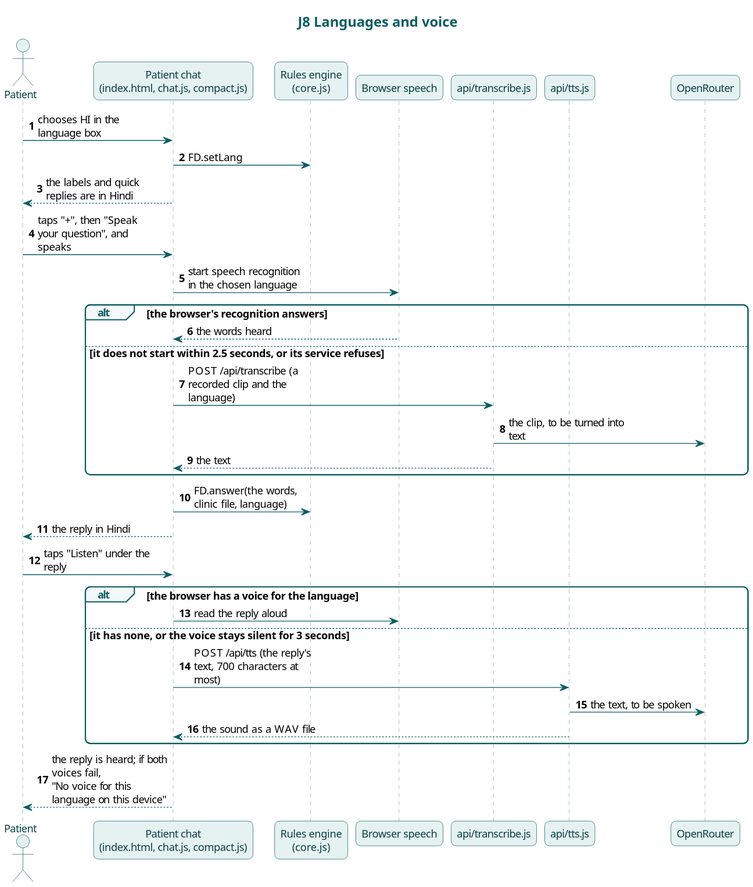
karwasanjay007/frontdesk-ai-docs keeps this PlantUML diagram as docs/diagrams/j8-languages-and-voice.svg. Above is the earlier version.
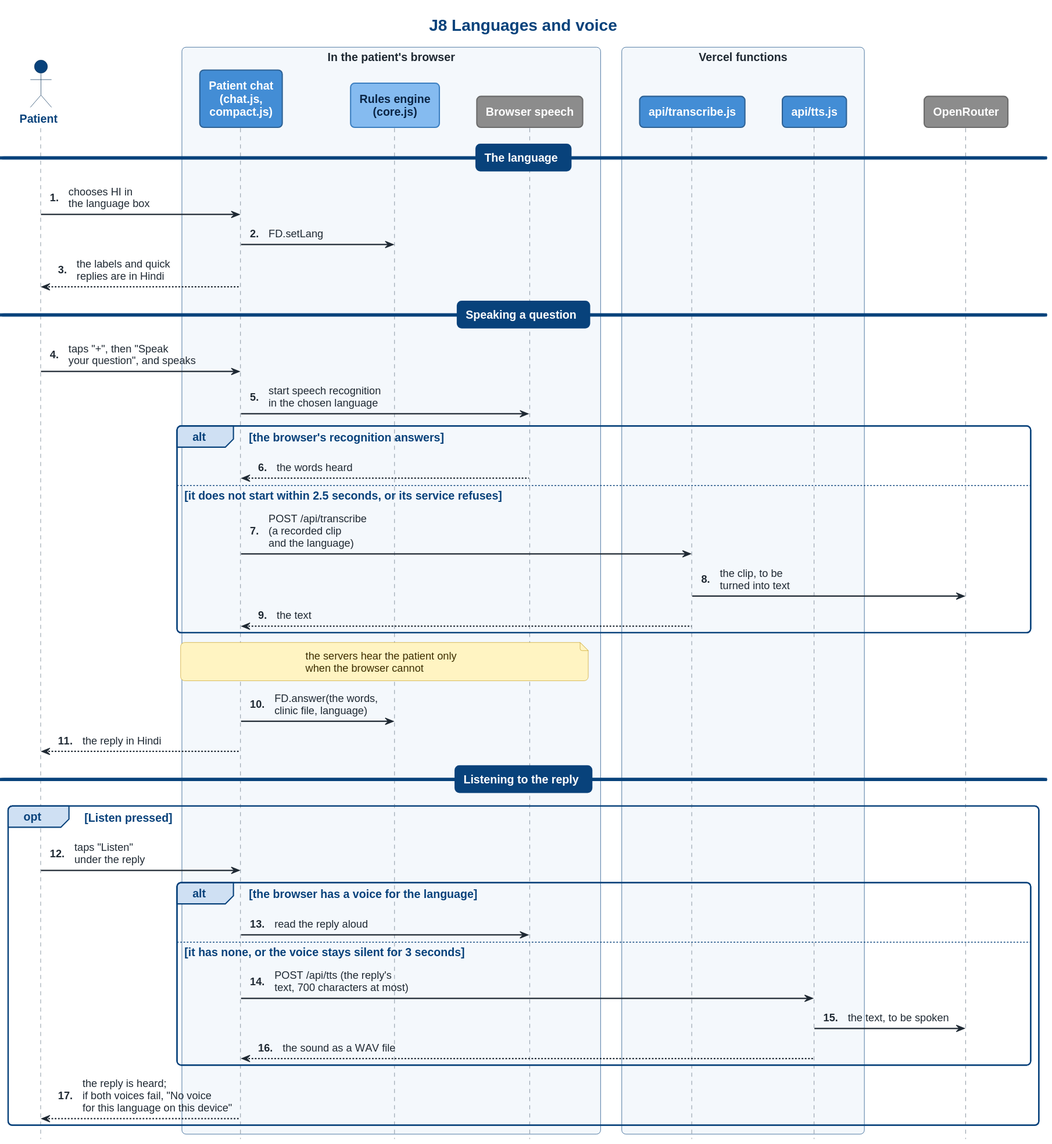
After the change.

The edit, as a diff of the source:
```diff
@@ -1,36 +1,45 @@
 @startuml
-!include style.iuml
+!include c4-sequence.iuml
 title J8 Languages and voice
-actor Patient
-participant "Patient chat\n(index.html, chat.js, compact.js)" as Chat
-participant "Rules engine\n(core.js)" as Core
-participant "Browser speech" as Sp
-participant "api/transcribe.js" as Tr
-participant "api/tts.js" as Tts
-participant "OpenRouter" as OR
-autonumber
+actor "Patient" as Patient <<person>>
+box "In the patient's browser"
+participant "Patient chat\n(chat.js,\ncompact.js)" as Chat <<container>>
+participant "Rules engine\n(core.js)" as Core <<component>>
+participant "Browser speech" as Sp <<external>>
+end box
+box "Vercel functions"
+participant "api/transcribe.js" as Tr <<container>>
+participant "api/tts.js" as Tts <<container>>
+end box
+participant "OpenRouter" as OR <<external>>
 
-Patient -> Chat : chooses HI in the language box
+== The language ==
+Patient -> Chat : chooses HI in\nthe language box
 Chat -> Core : FD.setLang
-Chat --> Patient : the labels and quick replies are in Hindi
-Patient -> Chat : taps "+", then "Speak your question", and speaks
-Chat -> Sp : start speech recognition in the chosen language
+Chat --> Patient : the labels and quick\nreplies are in Hindi
+== Speaking a question ==
+Patient -> Chat : taps "+", then "Speak\nyour question", and speaks
+Chat -> Sp : start speech recognition\nin the chosen language
 alt the browser's recognition answers
   Sp --> Chat : the words heard
 else it does not start within 2.5 seconds, or its service refuses
-  Chat -> Tr : POST /api/transcribe (a recorded clip and the language)
-  Tr -> OR : the clip, to be turned into text
+  Chat -> Tr : POST /api/transcribe\n(a recorded clip\nand the language)
+  Tr -> OR : the clip, to be\nturned into text
   Tr --> Chat : the text
 end
-Chat -> Core : FD.answer(the words, clinic file, language)
+note over Chat, Sp : the servers hear the patient only\nwhen the browser cannot
+Chat -> Core : FD.answer(the words,\nclinic file, language)
 Chat --> Patient : the reply in Hindi
-Patient -> Chat : taps "Listen" under the reply
-alt the browser has a voice for the language
-  Chat -> Sp : read the reply aloud
-else it has none, or the voice stays silent for 3 seconds
-  Chat -> Tts : POST /api/tts (the reply's text, 700 characters at most)
-  Tts -> OR : the text, to be spoken
-  Tts --> Chat : the sound as a WAV file
+== Listening to the reply ==
+opt Listen pressed
+  Patient -> Chat : taps "Listen"\nunder the reply
+  alt the browser has a voice for the language
+    Chat -> Sp : read the reply aloud
+  else it has none, or the voice stays silent for 3 seconds
+    Chat -> Tts : POST /api/tts (the reply's\ntext, 700 characters at most)
+    Tts -> OR : the text, to be spoken
+    Tts --> Chat : the sound as a WAV file
+  end
+  Chat --> Patient : the reply is heard;\nif both voices fail, "No voice\nfor this language on this device"
 end
-Chat --> Patient : the reply is heard; if both voices fail,\n"No voice for this language on this device"
 @enduml
```
